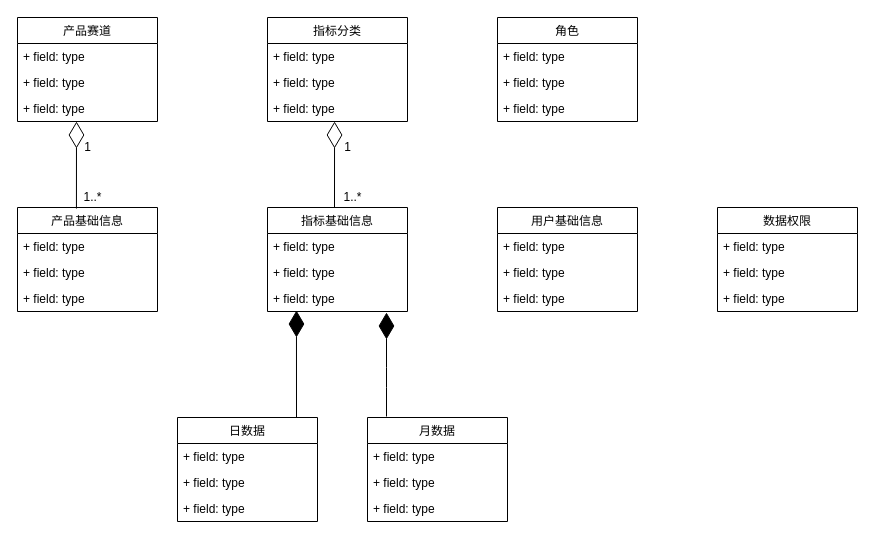
The draw.io diagram Untitled Diagram6.drawio in yzxie/work-tools, before the edit. Source tidied: cells renumbered, new cells numbered last; positions are measured from the earlier drawing's top-left corner, leaving out a move shared by most shapes. Both pictures are drawn from the tidied source at 100%, with x=0, y=0 at pixel (17, 17).
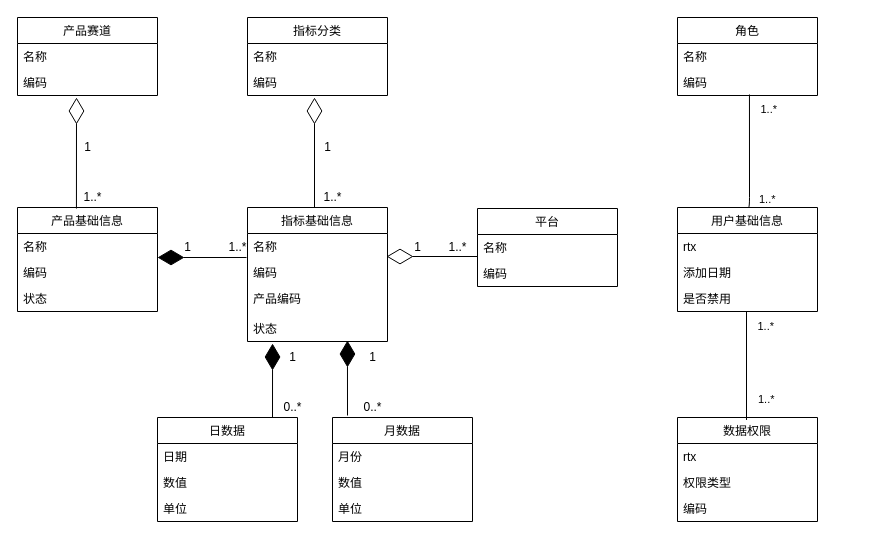
After the change.

Unchanged cells that the change refers to:
```xml
<mxCell id="10" value="产品基础信息" style="swimlane;fontStyle=0;horizontal=1;startSize=26;fillColor=none;" parent="1" vertex="1">
  <mxGeometry y="190" width="140" height="104" as="geometry" />
</mxCell>
```

The edit, as a diff of the source:
```diff
@@
     <mxCell id="2" value="指标基础信息" style="swimlane;fontStyle=0;horizontal=1;startSize=26;fillColor=none;" parent="1" vertex="1">
-      <mxGeometry x="250" y="190" width="140" height="104" as="geometry" />
+      <mxGeometry x="230" y="190" width="140" height="134" as="geometry" />
     </mxCell>
-    <mxCell id="3" value="+ field: type" style="text;strokeColor=none;fillColor=none;align=left;verticalAlign=top;spacingLeft=4;spacingRight=4;overflow=hidden;points=[[0,0.5],[1,0.5]];portConstraint=eastwest;" parent="2" vertex="1">
+    <mxCell id="3" value="名称" style="text;strokeColor=none;fillColor=none;align=left;verticalAlign=top;spacingLeft=4;spacingRight=4;overflow=hidden;points=[[0,0.5],[1,0.5]];portConstraint=eastwest;" parent="2" vertex="1">
       <mxGeometry y="26" width="140" height="26" as="geometry" />
     </mxCell>
-    <mxCell id="4" value="+ field: type" style="text;strokeColor=none;fillColor=none;align=left;verticalAlign=top;spacingLeft=4;spacingRight=4;overflow=hidden;" parent="2" vertex="1">
+    <mxCell id="4" value="编码" style="text;strokeColor=none;fillColor=none;align=left;verticalAlign=top;spacingLeft=4;spacingRight=4;overflow=hidden;" parent="2" vertex="1">
       <mxGeometry y="52" width="140" height="26" as="geometry" />
     </mxCell>
-    <mxCell id="5" value="+ field: type" style="text;strokeColor=none;fillColor=none;align=left;verticalAlign=top;spacingLeft=4;spacingRight=4;overflow=hidden;points=[[0,0.5],[1,0.5]];portConstraint=eastwest;" parent="2" vertex="1">
-      <mxGeometry y="78" width="140" height="26" as="geometry" />
+    <mxCell id="5" value="产品编码" style="text;strokeColor=none;align=left;verticalAlign=top;spacingLeft=4;spacingRight=4;overflow=hidden;points=[[0,0.5],[1,0.5]];portConstraint=eastwest;" parent="2" vertex="1">
+      <mxGeometry y="78" width="140" height="30" as="geometry" />
     </mxCell>
+    <mxCell id="46" value="状态" style="text;strokeColor=none;fillColor=none;align=left;verticalAlign=top;spacingLeft=4;spacingRight=4;overflow=hidden;points=[[0,0.5],[1,0.5]];portConstraint=eastwest;" parent="2" vertex="1">
+      <mxGeometry y="108" width="140" height="26" as="geometry" />
+    </mxCell>
     <mxCell id="6" value="指标分类" style="swimlane;fontStyle=0;horizontal=1;startSize=26;fillColor=none;" parent="1" vertex="1">
-      <mxGeometry x="250" width="140" height="104" as="geometry" />
+      <mxGeometry x="230" width="140" height="78" as="geometry" />
     </mxCell>
-    <mxCell id="7" value="+ field: type" style="text;strokeColor=none;fillColor=none;align=left;verticalAlign=top;spacingLeft=4;spacingRight=4;overflow=hidden;" parent="6" vertex="1">
+    <mxCell id="7" value="名称" style="text;strokeColor=none;fillColor=none;align=left;verticalAlign=top;spacingLeft=4;spacingRight=4;overflow=hidden;" parent="6" vertex="1">
       <mxGeometry y="26" width="140" height="26" as="geometry" />
     </mxCell>
-    <mxCell id="8" value="+ field: type" style="text;strokeColor=none;fillColor=none;align=left;verticalAlign=top;spacingLeft=4;spacingRight=4;overflow=hidden;" parent="6" vertex="1">
+    <mxCell id="8" value="编码" style="text;strokeColor=none;fillColor=none;align=left;verticalAlign=top;spacingLeft=4;spacingRight=4;overflow=hidden;" parent="6" vertex="1">
       <mxGeometry y="52" width="140" height="26" as="geometry" />
     </mxCell>
-    <mxCell id="9" value="+ field: type" style="text;strokeColor=none;fillColor=none;align=left;verticalAlign=top;spacingLeft=4;spacingRight=4;overflow=hidden;points=[[0,0.5],[1,0.5]];portConstraint=eastwest;" parent="6" vertex="1">
-      <mxGeometry y="78" width="140" height="26" as="geometry" />
-    </mxCell>
@@
-    <mxCell id="11" value="+ field: type" style="text;strokeColor=none;fillColor=none;align=left;verticalAlign=top;spacingLeft=4;spacingRight=4;overflow=hidden;" parent="10" vertex="1">
+    <mxCell id="11" value="名称" style="text;strokeColor=none;fillColor=none;align=left;verticalAlign=top;spacingLeft=4;spacingRight=4;overflow=hidden;" parent="10" vertex="1">
       <mxGeometry y="26" width="140" height="26" as="geometry" />
     </mxCell>
-    <mxCell id="12" value="+ field: type" style="text;strokeColor=none;fillColor=none;align=left;verticalAlign=top;spacingLeft=4;spacingRight=4;overflow=hidden;" parent="10" vertex="1">
+    <mxCell id="12" value="编码" style="text;strokeColor=none;fillColor=none;align=left;verticalAlign=top;spacingLeft=4;spacingRight=4;overflow=hidden;" parent="10" vertex="1">
       <mxGeometry y="52" width="140" height="26" as="geometry" />
     </mxCell>
-    <mxCell id="13" value="+ field: type" style="text;strokeColor=none;fillColor=none;align=left;verticalAlign=top;spacingLeft=4;spacingRight=4;overflow=hidden;" parent="10" vertex="1">
+    <mxCell id="13" value="状态" style="text;strokeColor=none;fillColor=none;align=left;verticalAlign=top;spacingLeft=4;spacingRight=4;overflow=hidden;" parent="10" vertex="1">
       <mxGeometry y="78" width="140" height="26" as="geometry" />
     </mxCell>
     <mxCell id="14" value="产品赛道" style="swimlane;fontStyle=0;horizontal=1;startSize=26;fillColor=none;" parent="1" vertex="1">
-      <mxGeometry width="140" height="104" as="geometry" />
+      <mxGeometry width="140" height="78" as="geometry" />
     </mxCell>
-    <mxCell id="15" value="+ field: type" style="text;strokeColor=none;fillColor=none;align=left;verticalAlign=top;spacingLeft=4;spacingRight=4;overflow=hidden;" parent="14" vertex="1">
+    <mxCell id="15" value="名称" style="text;strokeColor=none;fillColor=none;align=left;verticalAlign=top;spacingLeft=4;spacingRight=4;overflow=hidden;" parent="14" vertex="1">
       <mxGeometry y="26" width="140" height="26" as="geometry" />
     </mxCell>
-    <mxCell id="16" value="+ field: type" style="text;strokeColor=none;fillColor=none;align=left;verticalAlign=top;spacingLeft=4;spacingRight=4;overflow=hidden;" parent="14" vertex="1">
+    <mxCell id="16" value="编码" style="text;strokeColor=none;fillColor=none;align=left;verticalAlign=top;spacingLeft=4;spacingRight=4;overflow=hidden;" parent="14" vertex="1">
       <mxGeometry y="52" width="140" height="26" as="geometry" />
     </mxCell>
-    <mxCell id="17" value="+ field: type" style="text;strokeColor=none;fillColor=none;align=left;verticalAlign=top;spacingLeft=4;spacingRight=4;overflow=hidden;" parent="14" vertex="1">
-      <mxGeometry y="78" width="140" height="26" as="geometry" />
-    </mxCell>
-    <mxCell id="18" style="endArrow=diamondThin;endFill=0;endSize=24;html=1;entryX=0.479;entryY=1;entryDx=0;entryDy=0;entryPerimeter=0;" parent="1" edge="1" target="9">
+    <mxCell id="18" style="endArrow=diamondThin;endFill=0;endSize=24;html=1;" parent="1" edge="1">
       <mxGeometry relative="1" as="geometry">
-        <mxPoint x="317" y="190" as="sourcePoint" />
+        <mxPoint x="297" y="190" as="sourcePoint" />
+        <mxPoint x="297" y="80" as="targetPoint" />
       </mxGeometry>
     </mxCell>
     <mxCell id="19" style="endArrow=diamondThin;endFill=0;endSize=24;html=1;exitX=0.421;exitY=0.01;exitDx=0;exitDy=0;exitPerimeter=0;" parent="1" edge="1" source="10">
       <mxGeometry relative="1" as="geometry">
-        <mxPoint x="59" y="104" as="targetPoint" />
+        <mxPoint x="59" y="80" as="targetPoint" />
       </mxGeometry>
     </mxCell>
     <mxCell id="20" value="用户基础信息" style="swimlane;fontStyle=0;horizontal=1;startSize=26;fillColor=none;" parent="1" vertex="1">
-      <mxGeometry x="480" y="190" width="140" height="104" as="geometry" />
+      <mxGeometry x="660" y="190" width="140" height="104" as="geometry" />
     </mxCell>
-    <mxCell id="21" value="+ field: type" style="text;strokeColor=none;fillColor=none;align=left;verticalAlign=top;spacingLeft=4;spacingRight=4;overflow=hidden;" parent="20" vertex="1">
+    <mxCell id="21" value="rtx" style="text;strokeColor=none;fillColor=none;align=left;verticalAlign=top;spacingLeft=4;spacingRight=4;overflow=hidden;" parent="20" vertex="1">
       <mxGeometry y="26" width="140" height="26" as="geometry" />
     </mxCell>
-    <mxCell id="22" value="+ field: type" style="text;strokeColor=none;fillColor=none;align=left;verticalAlign=top;spacingLeft=4;spacingRight=4;overflow=hidden;" parent="20" vertex="1">
+    <mxCell id="22" value="添加日期" style="text;strokeColor=none;fillColor=none;align=left;verticalAlign=top;spacingLeft=4;spacingRight=4;overflow=hidden;" parent="20" vertex="1">
       <mxGeometry y="52" width="140" height="26" as="geometry" />
     </mxCell>
-    <mxCell id="23" value="+ field: type" style="text;strokeColor=none;fillColor=none;align=left;verticalAlign=top;spacingLeft=4;spacingRight=4;overflow=hidden;" parent="20" vertex="1">
+    <mxCell id="23" value="是否禁用" style="text;strokeColor=none;fillColor=none;align=left;verticalAlign=top;spacingLeft=4;spacingRight=4;overflow=hidden;" parent="20" vertex="1">
       <mxGeometry y="78" width="140" height="26" as="geometry" />
     </mxCell>
     <mxCell id="24" value="角色" style="swimlane;fontStyle=0;horizontal=1;startSize=26;fillColor=none;" parent="1" vertex="1">
-      <mxGeometry x="480" width="140" height="104" as="geometry" />
+      <mxGeometry x="660" width="140" height="78" as="geometry" />
     </mxCell>
-    <mxCell id="25" value="+ field: type" style="text;strokeColor=none;fillColor=none;align=left;verticalAlign=top;spacingLeft=4;spacingRight=4;overflow=hidden;" parent="24" vertex="1">
+    <mxCell id="25" value="名称" style="text;strokeColor=none;fillColor=none;align=left;verticalAlign=top;spacingLeft=4;spacingRight=4;overflow=hidden;" parent="24" vertex="1">
       <mxGeometry y="26" width="140" height="26" as="geometry" />
     </mxCell>
-    <mxCell id="26" value="+ field: type" style="text;strokeColor=none;fillColor=none;align=left;verticalAlign=top;spacingLeft=4;spacingRight=4;overflow=hidden;points=[[0,0.5],[1,0.5]];portConstraint=eastwest;" parent="24" vertex="1">
+    <mxCell id="26" value="编码" style="text;strokeColor=none;fillColor=none;align=left;verticalAlign=top;spacingLeft=4;spacingRight=4;overflow=hidden;points=[[0,0.5],[1,0.5]];portConstraint=eastwest;" parent="24" vertex="1">
       <mxGeometry y="52" width="140" height="26" as="geometry" />
     </mxCell>
-    <mxCell id="27" value="+ field: type" style="text;strokeColor=none;fillColor=none;align=left;verticalAlign=top;spacingLeft=4;spacingRight=4;overflow=hidden;" parent="24" vertex="1">
-      <mxGeometry y="78" width="140" height="26" as="geometry" />
-    </mxCell>
     <mxCell id="28" value="日数据" style="swimlane;fontStyle=0;horizontal=1;startSize=26;fillColor=none;" parent="1" vertex="1">
-      <mxGeometry x="160" y="400" width="140" height="104" as="geometry" />
+      <mxGeometry x="140" y="400" width="140" height="104" as="geometry" />
     </mxCell>
-    <mxCell id="29" value="+ field: type" style="text;strokeColor=none;fillColor=none;align=left;verticalAlign=top;spacingLeft=4;spacingRight=4;overflow=hidden;" parent="28" vertex="1">
+    <mxCell id="29" value="日期" style="text;strokeColor=none;fillColor=none;align=left;verticalAlign=top;spacingLeft=4;spacingRight=4;overflow=hidden;" parent="28" vertex="1">
       <mxGeometry y="26" width="140" height="26" as="geometry" />
     </mxCell>
-    <mxCell id="30" value="+ field: type" style="text;strokeColor=none;fillColor=none;align=left;verticalAlign=top;spacingLeft=4;spacingRight=4;overflow=hidden;" parent="28" vertex="1">
+    <mxCell id="30" value="数值" style="text;strokeColor=none;fillColor=none;align=left;verticalAlign=top;spacingLeft=4;spacingRight=4;overflow=hidden;" parent="28" vertex="1">
       <mxGeometry y="52" width="140" height="26" as="geometry" />
     </mxCell>
-    <mxCell id="31" value="+ field: type" style="text;strokeColor=none;fillColor=none;align=left;verticalAlign=top;spacingLeft=4;spacingRight=4;overflow=hidden;" parent="28" vertex="1">
+    <mxCell id="31" value="单位" style="text;strokeColor=none;fillColor=none;align=left;verticalAlign=top;spacingLeft=4;spacingRight=4;overflow=hidden;" parent="28" vertex="1">
       <mxGeometry y="78" width="140" height="26" as="geometry" />
     </mxCell>
     <mxCell id="32" value="月数据" style="swimlane;fontStyle=0;horizontal=1;startSize=26;fillColor=none;" parent="1" vertex="1">
-      <mxGeometry x="350" y="400" width="140" height="104" as="geometry" />
+      <mxGeometry x="315" y="400" width="140" height="104" as="geometry" />
     </mxCell>
-    <mxCell id="33" value="+ field: type" style="text;strokeColor=none;fillColor=none;align=left;verticalAlign=top;spacingLeft=4;spacingRight=4;overflow=hidden;" parent="32" vertex="1">
+    <mxCell id="33" value="月份" style="text;strokeColor=none;fillColor=none;align=left;verticalAlign=top;spacingLeft=4;spacingRight=4;overflow=hidden;" parent="32" vertex="1">
       <mxGeometry y="26" width="140" height="26" as="geometry" />
     </mxCell>
-    <mxCell id="34" value="+ field: type" style="text;strokeColor=none;fillColor=none;align=left;verticalAlign=top;spacingLeft=4;spacingRight=4;overflow=hidden;" parent="32" vertex="1">
+    <mxCell id="34" value="数值" style="text;strokeColor=none;fillColor=none;align=left;verticalAlign=top;spacingLeft=4;spacingRight=4;overflow=hidden;" parent="32" vertex="1">
       <mxGeometry y="52" width="140" height="26" as="geometry" />
     </mxCell>
-    <mxCell id="35" value="+ field: type" style="text;strokeColor=none;fillColor=none;align=left;verticalAlign=top;spacingLeft=4;spacingRight=4;overflow=hidden;" parent="32" vertex="1">
+    <mxCell id="35" value="单位" style="text;strokeColor=none;fillColor=none;align=left;verticalAlign=top;spacingLeft=4;spacingRight=4;overflow=hidden;" parent="32" vertex="1">
       <mxGeometry y="78" width="140" height="26" as="geometry" />
     </mxCell>
-    <mxCell id="36" style="endArrow=diamondThin;endFill=1;endSize=24;html=1;entryX=0.207;entryY=0.962;entryDx=0;entryDy=0;entryPerimeter=0;" parent="1" edge="1" target="5">
+    <mxCell id="36" style="endArrow=diamondThin;endFill=1;endSize=24;html=1;entryX=0.179;entryY=1.077;entryDx=0;entryDy=0;entryPerimeter=0;" parent="1" edge="1" target="46">
       <mxGeometry relative="1" as="geometry">
-        <mxPoint x="279" y="400" as="sourcePoint" />
+        <mxPoint x="255" y="400" as="sourcePoint" />
       </mxGeometry>
     </mxCell>
-    <mxCell id="37" style="endArrow=diamondThin;endFill=1;endSize=24;html=1;entryX=0.85;entryY=1.038;entryDx=0;entryDy=0;entryPerimeter=0;" parent="1" edge="1" target="5">
+    <mxCell id="37" style="endArrow=diamondThin;endFill=1;endSize=24;html=1;entryX=0.714;entryY=0.962;entryDx=0;entryDy=0;entryPerimeter=0;" parent="1" edge="1" target="46">
       <mxGeometry relative="1" as="geometry">
-        <mxPoint x="369" y="399" as="sourcePoint" />
-        <Array as="points">
-          <mxPoint x="369" y="360" />
-        </Array>
+        <mxPoint x="330" y="398" as="sourcePoint" />
       </mxGeometry>
     </mxCell>
     <mxCell id="38" value="数据权限" style="swimlane;fontStyle=0;horizontal=1;startSize=26;fillColor=none;" parent="1" vertex="1">
-      <mxGeometry x="700" y="190" width="140" height="104" as="geometry" />
+      <mxGeometry x="660" y="400" width="140" height="104" as="geometry" />
     </mxCell>
-    <mxCell id="39" value="+ field: type" style="text;strokeColor=none;fillColor=none;align=left;verticalAlign=top;spacingLeft=4;spacingRight=4;overflow=hidden;" parent="38" vertex="1">
+    <mxCell id="39" value="rtx" style="text;strokeColor=none;fillColor=none;align=left;verticalAlign=top;spacingLeft=4;spacingRight=4;overflow=hidden;" parent="38" vertex="1">
       <mxGeometry y="26" width="140" height="26" as="geometry" />
     </mxCell>
-    <mxCell id="40" value="+ field: type" style="text;strokeColor=none;fillColor=none;align=left;verticalAlign=top;spacingLeft=4;spacingRight=4;overflow=hidden;" parent="38" vertex="1">
+    <mxCell id="40" value="权限类型" style="text;strokeColor=none;fillColor=none;align=left;verticalAlign=top;spacingLeft=4;spacingRight=4;overflow=hidden;" parent="38" vertex="1">
       <mxGeometry y="52" width="140" height="26" as="geometry" />
     </mxCell>
-    <mxCell id="41" value="+ field: type" style="text;strokeColor=none;fillColor=none;align=left;verticalAlign=top;spacingLeft=4;spacingRight=4;overflow=hidden;" parent="38" vertex="1">
+    <mxCell id="41" value="编码" style="text;strokeColor=none;fillColor=none;align=left;verticalAlign=top;spacingLeft=4;spacingRight=4;overflow=hidden;" parent="38" vertex="1">
       <mxGeometry y="78" width="140" height="26" as="geometry" />
     </mxCell>
@@
     <mxCell id="44" value="1" style="text;html=1;align=center;verticalAlign=middle;strokeColor=none;" parent="1" vertex="1">
-      <mxGeometry x="320" y="120" width="20" height="20" as="geometry" />
+      <mxGeometry x="300" y="120" width="20" height="20" as="geometry" />
     </mxCell>
     <mxCell id="45" value="1..*" style="text;html=1;align=center;verticalAlign=middle;strokeColor=none;" parent="1" vertex="1">
-      <mxGeometry x="320" y="170" width="30" height="20" as="geometry" />
+      <mxGeometry x="300" y="170" width="30" height="20" as="geometry" />
     </mxCell>
+    <mxCell id="47" value="1" style="text;html=1;align=center;verticalAlign=middle;strokeColor=none;" parent="1" vertex="1">
+      <mxGeometry x="265" y="330" width="20" height="20" as="geometry" />
+    </mxCell>
+    <mxCell id="48" value="0..*" style="text;html=1;align=center;verticalAlign=middle;strokeColor=none;" parent="1" vertex="1">
+      <mxGeometry x="260" y="380" width="30" height="20" as="geometry" />
+    </mxCell>
+    <mxCell id="49" value="1" style="text;html=1;align=center;verticalAlign=middle;strokeColor=none;" parent="1" vertex="1">
+      <mxGeometry x="345" y="330" width="20" height="20" as="geometry" />
+    </mxCell>
+    <mxCell id="50" value="0..*" style="text;html=1;align=center;verticalAlign=middle;strokeColor=none;" parent="1" vertex="1">
+      <mxGeometry x="340" y="380" width="30" height="20" as="geometry" />
+    </mxCell>
+    <mxCell id="51" value="平台" style="swimlane;fontStyle=0;horizontal=1;startSize=26;fillColor=none;" parent="1" vertex="1">
+      <mxGeometry x="460" y="191" width="140" height="78" as="geometry" />
+    </mxCell>
+    <mxCell id="52" value="名称" style="text;strokeColor=none;fillColor=none;align=left;verticalAlign=top;spacingLeft=4;spacingRight=4;overflow=hidden;" parent="51" vertex="1">
+      <mxGeometry y="26" width="140" height="26" as="geometry" />
+    </mxCell>
+    <mxCell id="53" value="编码" style="text;strokeColor=none;fillColor=none;align=left;verticalAlign=top;spacingLeft=4;spacingRight=4;overflow=hidden;" parent="51" vertex="1">
+      <mxGeometry y="52" width="140" height="26" as="geometry" />
+    </mxCell>
+    <mxCell id="54" style="endArrow=diamondThin;endFill=1;endSize=24;html=1;exitX=-0.007;exitY=0.923;exitDx=0;exitDy=0;exitPerimeter=0;" parent="1" edge="1" source="3">
+      <mxGeometry relative="1" as="geometry">
+        <mxPoint x="140" y="240" as="targetPoint" />
+      </mxGeometry>
+    </mxCell>
+    <mxCell id="55" value="1" style="text;html=1;align=center;verticalAlign=middle;strokeColor=none;" parent="1" vertex="1">
+      <mxGeometry x="160" y="220" width="20" height="20" as="geometry" />
+    </mxCell>
+    <mxCell id="56" value="1..*" style="text;html=1;align=center;verticalAlign=middle;strokeColor=none;" parent="1" vertex="1">
+      <mxGeometry x="205" y="220" width="30" height="20" as="geometry" />
+    </mxCell>
+    <mxCell id="57" style="endArrow=diamondThin;endFill=0;endSize=24;html=1;entryX=0.993;entryY=0.885;entryDx=0;entryDy=0;entryPerimeter=0;" parent="1" edge="1" target="3">
+      <mxGeometry relative="1" as="geometry">
+        <mxPoint x="460" y="239" as="sourcePoint" />
+      </mxGeometry>
+    </mxCell>
+    <mxCell id="58" value="1" style="text;html=1;align=center;verticalAlign=middle;strokeColor=none;" parent="1" vertex="1">
+      <mxGeometry x="390" y="220" width="20" height="20" as="geometry" />
+    </mxCell>
+    <mxCell id="59" value="1..*" style="text;html=1;align=center;verticalAlign=middle;strokeColor=none;" parent="1" vertex="1">
+      <mxGeometry x="425" y="220" width="30" height="20" as="geometry" />
+    </mxCell>
+    <mxCell id="60" style="endArrow=none;html=1;edgeStyle=orthogonalEdgeStyle;rounded=1;entryX=0.514;entryY=0.962;entryDx=0;entryDy=0;entryPerimeter=0;exitX=0.5;exitY=0;exitDx=0;exitDy=0;" parent="1" edge="1" source="20" target="26">
+      <mxGeometry relative="1" as="geometry">
+        <Array as="points">
+          <mxPoint x="732" y="190" />
+        </Array>
+      </mxGeometry>
+    </mxCell>
+    <mxCell id="61" value="1..*" style="edgeLabel;html=1;align=left;verticalAlign=bottom;" parent="60" vertex="1">
+      <mxGeometry x="-1" relative="1" as="geometry">
+        <mxPoint x="10" as="offset" />
+      </mxGeometry>
+    </mxCell>
+    <mxCell id="62" value="1..*" style="edgeLabel;html=1;align=right;verticalAlign=bottom;" parent="60" vertex="1">
+      <mxGeometry x="1" relative="1" as="geometry">
+        <mxPoint x="28" y="23" as="offset" />
+      </mxGeometry>
+    </mxCell>
+    <mxCell id="63" style="endArrow=none;html=1;edgeStyle=orthogonalEdgeStyle;rounded=1;entryX=0.514;entryY=0.962;entryDx=0;entryDy=0;entryPerimeter=0;" parent="1" edge="1">
+      <mxGeometry relative="1" as="geometry">
+        <mxPoint x="729" y="390" as="sourcePoint" />
+        <mxPoint x="729" y="294" as="targetPoint" />
+        <Array as="points">
+          <mxPoint x="729" y="407" />
+        </Array>
+      </mxGeometry>
+    </mxCell>
+    <mxCell id="64" value="1..*" style="edgeLabel;html=1;align=left;verticalAlign=bottom;" parent="63" vertex="1">
+      <mxGeometry x="-1" relative="1" as="geometry">
+        <mxPoint x="10" as="offset" />
+      </mxGeometry>
+    </mxCell>
+    <mxCell id="65" value="1..*" style="edgeLabel;html=1;align=right;verticalAlign=bottom;" parent="63" vertex="1">
+      <mxGeometry x="1" relative="1" as="geometry">
+        <mxPoint x="28" y="23" as="offset" />
+      </mxGeometry>
+    </mxCell>
```
